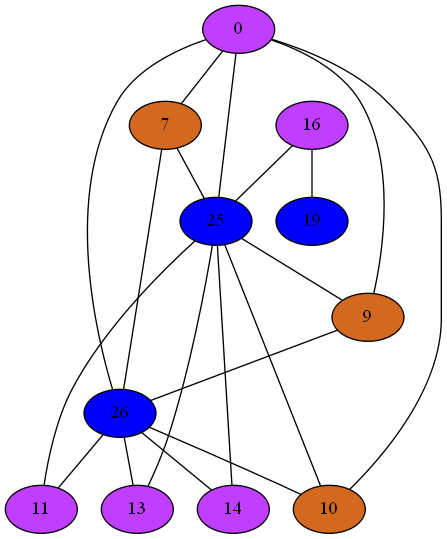
Above: Compiler/29iGraph.png in mbajaj92/Project-Astoria (Graphviz), before the change. Its source is kept beside it as Compiler/29iGraph.dot.
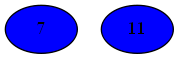
The same file after the commit.

The edit, as a diff of the source:
```diff
@@ -1,51 +1,4 @@
 strict graph {
-16[label="16" style=filled fillcolor="darkorchid1"];
-16 -- 19
-16 -- 25
-0[label="0" style=filled fillcolor="darkorchid1"];
-0 -- 7
-0 -- 9
-0 -- 25
-0 -- 10
-0 -- 26
-19[label="19" style=filled fillcolor="blue1"];
-19 -- 16
-7[label="7" style=filled fillcolor="chocolate"];
-7 -- 0
-7 -- 25
-7 -- 26
-25[label="25" style=filled fillcolor="blue1"];
-25 -- 16
-25 -- 0
-25 -- 7
-25 -- 9
-25 -- 10
-25 -- 11
-25 -- 13
-25 -- 14
-9[label="9" style=filled fillcolor="chocolate"];
-9 -- 0
-9 -- 25
-9 -- 26
-26[label="26" style=filled fillcolor="blue1"];
-26 -- 0
-26 -- 7
-26 -- 9
-26 -- 10
-26 -- 11
-26 -- 13
-26 -- 14
-10[label="10" style=filled fillcolor="chocolate"];
-10 -- 0
-10 -- 25
-10 -- 26
-11[label="11" style=filled fillcolor="darkorchid1"];
-11 -- 25
-11 -- 26
-13[label="13" style=filled fillcolor="darkorchid1"];
-13 -- 25
-13 -- 26
-14[label="14" style=filled fillcolor="darkorchid1"];
-14 -- 25
-14 -- 26
+7[label="7" style=filled fillcolor="blue1"];
+11[label="11" style=filled fillcolor="blue1"];
 }
```
